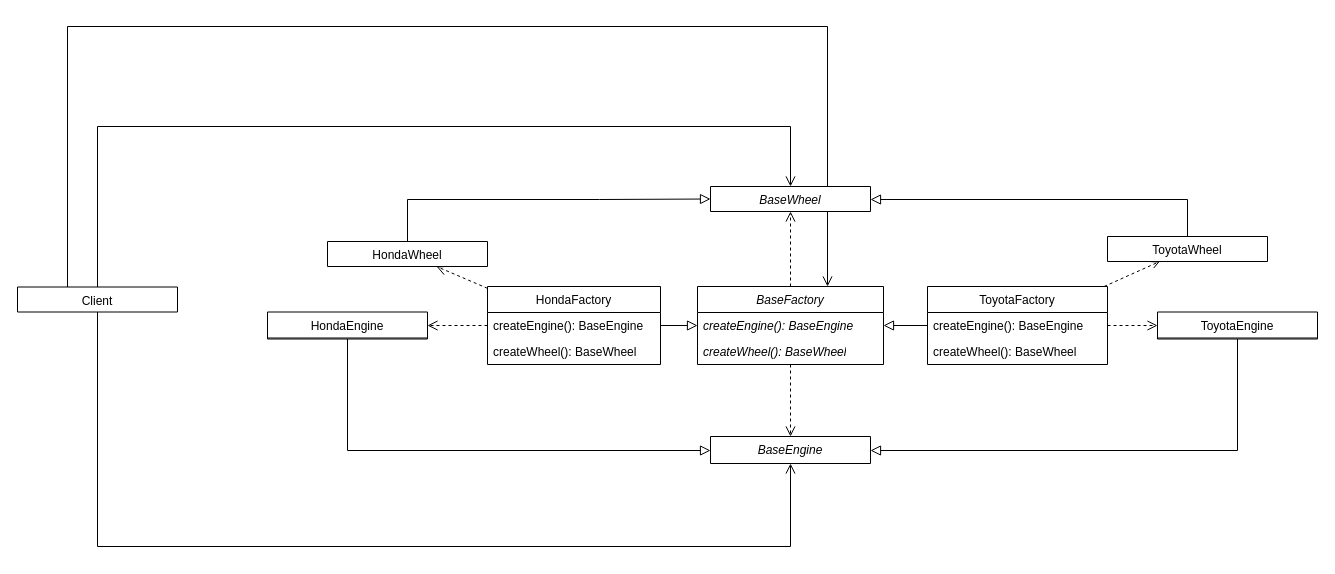
Dvakian/Object-oriented-analysis-and-design-2 keeps this draw.io diagram as page "Страница-2" (2 of 3) of lab01/docs/1.drawio. Above is the earlier version. Source tidied: cells renumbered, new cells numbered last; positions are measured from the earlier drawing's top-left corner, leaving out a move shared by most shapes. Both pictures are drawn from the tidied source at 100%, with x=0, y=0 at pixel (17, 26).
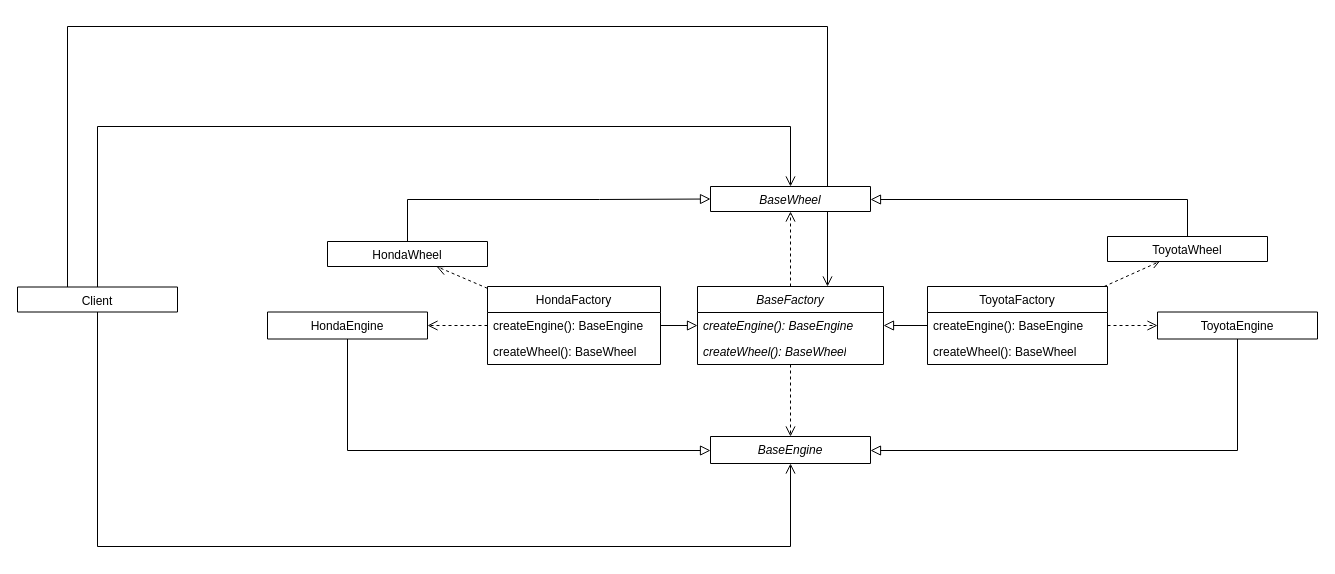
The same diagram, later.

Change to the diagram source:
```diff
@@
-    <mxCell id="15" value="&lt;span style=&quot;font-weight: 400; text-align: left;&quot;&gt;HondaEngine&lt;/span&gt;" style="swimlane;fontStyle=1;align=center;verticalAlign=top;horizontal=1;startSize=26;whiteSpace=wrap;html=1;" parent="1" vertex="1">
+    <mxCell id="15" value="&lt;span style=&quot;font-weight: 400; text-align: left;&quot;&gt;HondaEngine&lt;/span&gt;" style="swimlane;fontStyle=1;align=center;verticalAlign=top;horizontal=1;startSize=27;whiteSpace=wrap;html=1;" parent="1" vertex="1">
       <mxGeometry x="250" y="285.5" width="160" height="27" as="geometry" />
     </mxCell>
@@
-    <mxCell id="29" value="&lt;span style=&quot;font-weight: 400; text-align: left;&quot;&gt;ToyotaEngine&lt;/span&gt;" style="swimlane;fontStyle=1;align=center;verticalAlign=top;horizontal=1;startSize=26;whiteSpace=wrap;html=1;" parent="1" vertex="1">
+    <mxCell id="29" value="&lt;span style=&quot;font-weight: 400; text-align: left;&quot;&gt;ToyotaEngine&lt;/span&gt;" style="swimlane;fontStyle=1;align=center;verticalAlign=top;horizontal=1;startSize=27;whiteSpace=wrap;html=1;" parent="1" vertex="1">
       <mxGeometry x="1140" y="285.5" width="160" height="27" as="geometry" />
     </mxCell>
```
